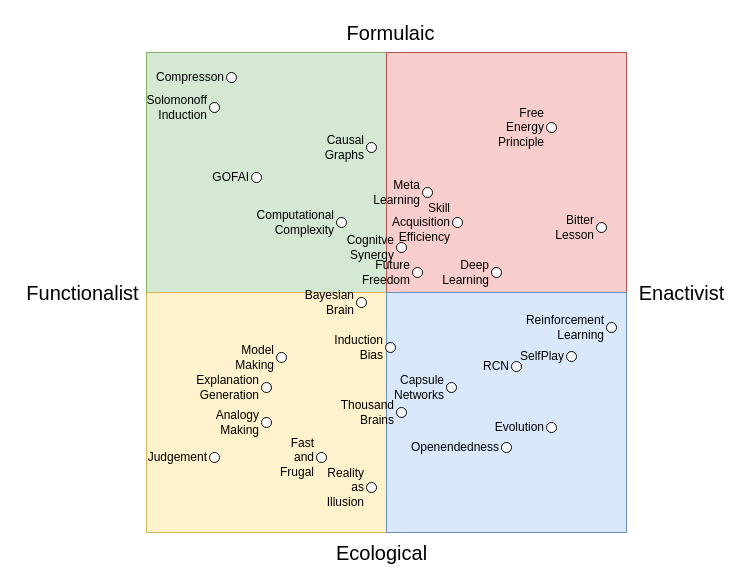
This is agenda_tribe.drawio from codeaudit/1, a draw.io file, before an edit. Source tidied: cells renumbered, new cells numbered last; positions are measured from the earlier drawing's top-left corner, leaving out a move shared by most shapes. Both pictures are drawn from the tidied source at 100%, with x=0, y=0 at pixel (17, 17).
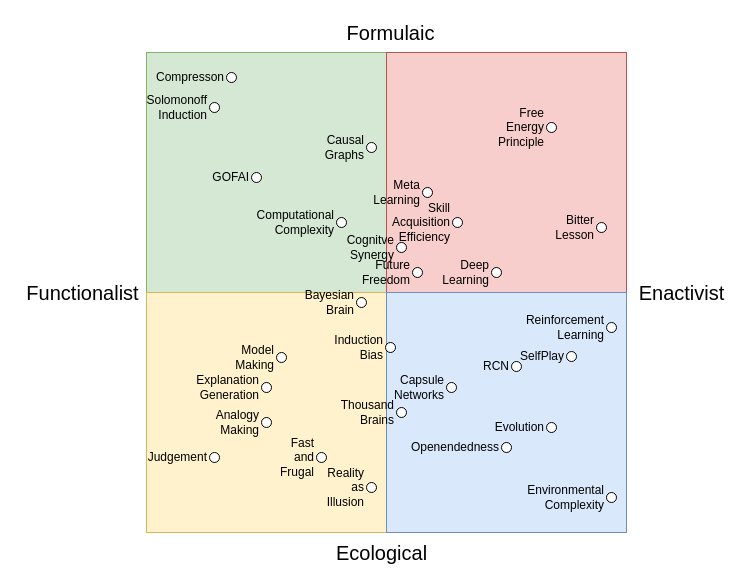
Above is the later version.

Diff of the diagram source:
```diff
@@
+    <mxCell id="37" value="Environmental&lt;br&gt;Complexity" style="ellipse;whiteSpace=wrap;html=1;fontSize=12;labelPosition=left;verticalLabelPosition=middle;align=right;verticalAlign=middle;" parent="1" vertex="1">
+      <mxGeometry x="589" y="475" width="10" height="10" as="geometry" />
+    </mxCell>
```
